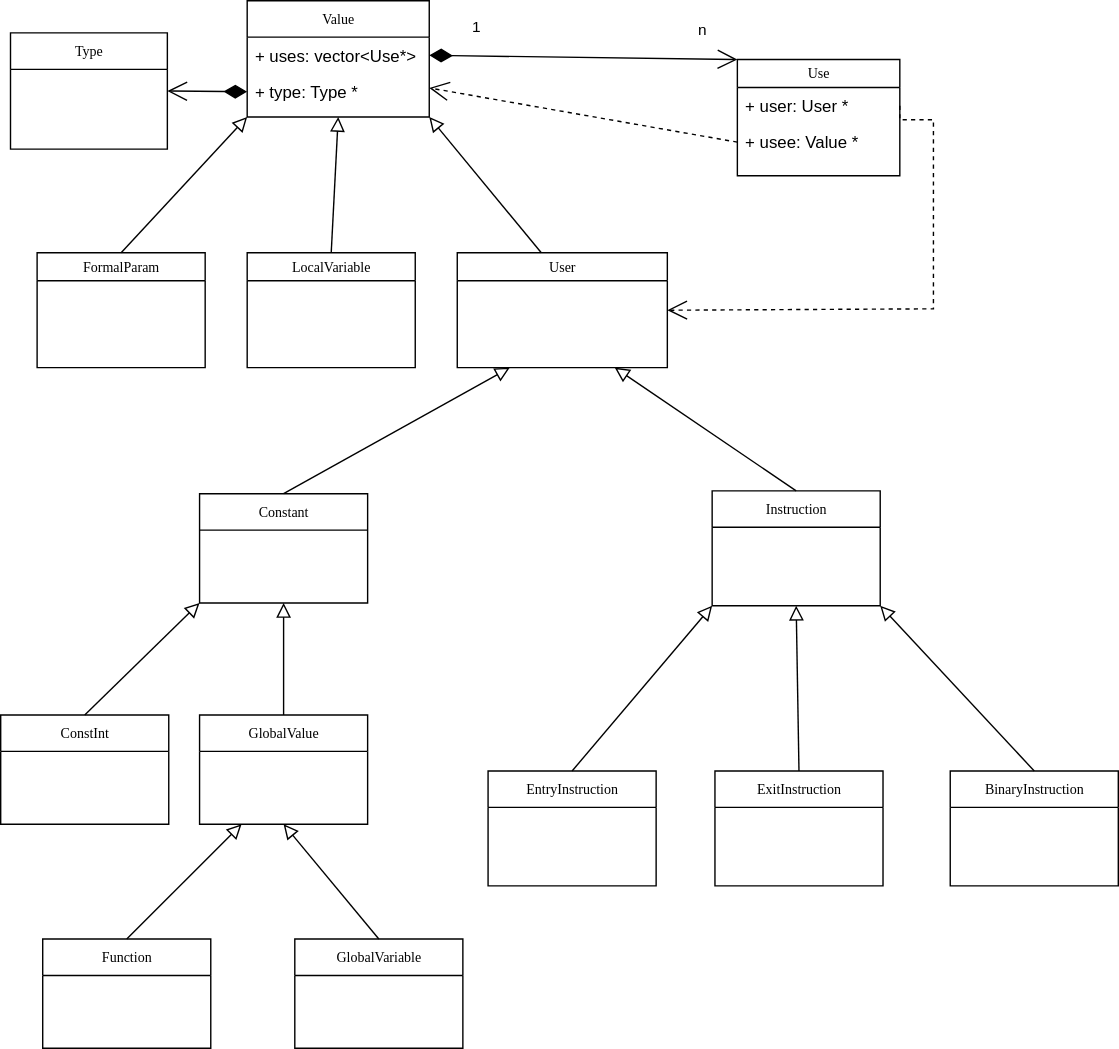
Earlier version of the draw.io export doc/figures/Value-User-Use.svg (NPUCompiler/exp03-minic-basic). Source tidied: cells renumbered, new cells last; positions are measured from the earlier drawing's top-left corner, leaving out a move shared by most shapes.
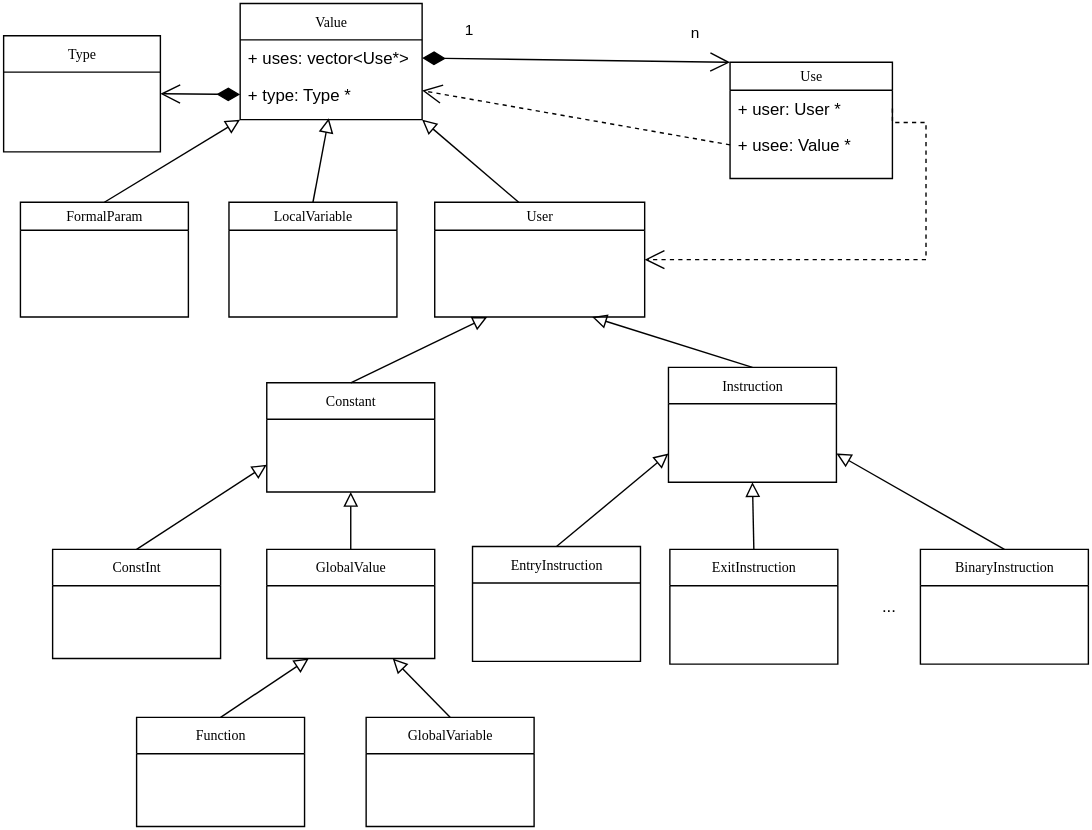
The same diagram one commit later.

The edit, as a diff of the source:
```diff
@@ -3,7 +3,7 @@
     <mxCell id="0" />
     <mxCell id="1" parent="0" />
     <mxCell id="2" value="User" style="swimlane;html=1;fontStyle=0;horizontal=1;startSize=20;fillColor=none;swimlaneFillColor=#ffffff;rounded=0;shadow=0;comic=0;labelBackgroundColor=none;strokeWidth=1;fontFamily=Verdana;fontSize=10;align=center;" parent="1" vertex="1">
-      <mxGeometry x="326" y="180" width="150" height="82" as="geometry" />
+      <mxGeometry x="315" y="142" width="150" height="82" as="geometry" />
     </mxCell>
     <mxCell id="3" style="endArrow=block;startArrow=none;endFill=0;startFill=0;endSize=8;html=1;verticalAlign=bottom;labelBackgroundColor=none;rounded=0;entryX=1;entryY=1;entryDx=0;entryDy=0;" parent="2" edge="1" target="4">
       <mxGeometry relative="1" as="geometry">
@@ -20,7 +20,7 @@
       <mxGeometry y="52" width="130" height="26" as="geometry" />
     </mxCell>
     <mxCell id="7" value="Constant" style="swimlane;html=1;fontStyle=0;horizontal=1;startSize=26;fillColor=none;swimlaneFillColor=#ffffff;rounded=0;shadow=0;comic=0;labelBackgroundColor=none;strokeWidth=1;fontFamily=Verdana;fontSize=10;align=center;" parent="1" vertex="1">
-      <mxGeometry x="142" y="352" width="120" height="78" as="geometry" />
+      <mxGeometry x="195" y="271" width="120" height="78" as="geometry" />
     </mxCell>
     <mxCell id="8" style="endArrow=block;startArrow=none;endFill=0;startFill=0;endSize=8;html=1;verticalAlign=bottom;labelBackgroundColor=none;rounded=0;entryX=0.25;entryY=1;entryDx=0;entryDy=0;" parent="7" edge="1" target="2">
       <mxGeometry relative="1" as="geometry">
@@ -28,7 +28,7 @@
       </mxGeometry>
     </mxCell>
     <mxCell id="9" value="Instruction" style="swimlane;html=1;fontStyle=0;horizontal=1;startSize=26;fillColor=none;swimlaneFillColor=#ffffff;rounded=0;shadow=0;comic=0;labelBackgroundColor=none;strokeWidth=1;fontFamily=Verdana;fontSize=10;align=center;" parent="1" vertex="1">
-      <mxGeometry x="508" y="350" width="120" height="82" as="geometry" />
+      <mxGeometry x="482" y="260" width="120" height="82" as="geometry" />
     </mxCell>
     <mxCell id="10" style="endArrow=block;startArrow=none;endFill=0;startFill=0;endSize=8;html=1;verticalAlign=bottom;labelBackgroundColor=none;rounded=0;entryX=0.75;entryY=1;entryDx=0;entryDy=0;" parent="9" edge="1" target="2">
       <mxGeometry relative="1" as="geometry">
@@ -36,15 +36,15 @@
       </mxGeometry>
     </mxCell>
     <mxCell id="11" value="EntryInstruction" style="swimlane;html=1;fontStyle=0;horizontal=1;startSize=26;fillColor=none;swimlaneFillColor=#ffffff;rounded=0;shadow=0;comic=0;labelBackgroundColor=none;strokeWidth=1;fontFamily=Verdana;fontSize=10;align=center;" parent="1" vertex="1">
-      <mxGeometry x="348" y="550" width="120" height="82" as="geometry" />
+      <mxGeometry x="342" y="388" width="120" height="82" as="geometry" />
     </mxCell>
-    <mxCell id="12" style="endArrow=block;startArrow=none;endFill=0;startFill=0;endSize=8;html=1;verticalAlign=bottom;labelBackgroundColor=none;rounded=0;entryX=0;entryY=1;entryDx=0;entryDy=0;" parent="11" edge="1" target="9">
+    <mxCell id="12" style="endArrow=block;startArrow=none;endFill=0;startFill=0;endSize=8;html=1;verticalAlign=bottom;labelBackgroundColor=none;rounded=0;entryX=0;entryY=0.75;entryDx=0;entryDy=0;" parent="11" edge="1" target="9">
       <mxGeometry relative="1" as="geometry">
         <mxPoint x="60" as="sourcePoint" />
       </mxGeometry>
     </mxCell>
     <mxCell id="13" value="ExitInstruction" style="swimlane;html=1;fontStyle=0;horizontal=1;startSize=26;fillColor=none;swimlaneFillColor=#ffffff;rounded=0;shadow=0;comic=0;labelBackgroundColor=none;strokeWidth=1;fontFamily=Verdana;fontSize=10;align=center;" parent="1" vertex="1">
-      <mxGeometry x="510" y="550" width="120" height="82" as="geometry" />
+      <mxGeometry x="483" y="390" width="120" height="82" as="geometry" />
     </mxCell>
     <mxCell id="14" style="endArrow=block;startArrow=none;endFill=0;startFill=0;endSize=8;html=1;verticalAlign=bottom;labelBackgroundColor=none;rounded=0;entryX=0.5;entryY=1;entryDx=0;entryDy=0;" parent="13" edge="1" target="9">
       <mxGeometry relative="1" as="geometry">
@@ -52,15 +52,15 @@
       </mxGeometry>
     </mxCell>
     <mxCell id="15" value="BinaryInstruction" style="swimlane;html=1;fontStyle=0;horizontal=1;startSize=26;fillColor=none;swimlaneFillColor=#ffffff;rounded=0;shadow=0;comic=0;labelBackgroundColor=none;strokeWidth=1;fontFamily=Verdana;fontSize=10;align=center;" parent="1" vertex="1">
-      <mxGeometry x="678" y="550" width="120" height="82" as="geometry" />
+      <mxGeometry x="662" y="390" width="120" height="82" as="geometry" />
     </mxCell>
-    <mxCell id="16" style="endArrow=block;startArrow=none;endFill=0;startFill=0;endSize=8;html=1;verticalAlign=bottom;labelBackgroundColor=none;rounded=0;entryX=1;entryY=1;entryDx=0;entryDy=0;" parent="15" edge="1" target="9">
+    <mxCell id="16" style="endArrow=block;startArrow=none;endFill=0;startFill=0;endSize=8;html=1;verticalAlign=bottom;labelBackgroundColor=none;rounded=0;entryX=1;entryY=0.75;entryDx=0;entryDy=0;" parent="15" edge="1" target="9">
       <mxGeometry relative="1" as="geometry">
         <mxPoint x="60" as="sourcePoint" />
       </mxGeometry>
     </mxCell>
     <mxCell id="17" value="GlobalValue" style="swimlane;html=1;fontStyle=0;horizontal=1;startSize=26;fillColor=none;swimlaneFillColor=#ffffff;rounded=0;shadow=0;comic=0;labelBackgroundColor=none;strokeWidth=1;fontFamily=Verdana;fontSize=10;align=center;" parent="1" vertex="1">
-      <mxGeometry x="142" y="510" width="120" height="78" as="geometry" />
+      <mxGeometry x="195" y="390" width="120" height="78" as="geometry" />
     </mxCell>
     <mxCell id="18" style="endArrow=block;startArrow=none;endFill=0;startFill=0;endSize=8;html=1;verticalAlign=bottom;labelBackgroundColor=none;rounded=0;entryX=0.5;entryY=1;entryDx=0;entryDy=0;" parent="17" edge="1" target="7">
       <mxGeometry relative="1" as="geometry">
@@ -68,39 +68,29 @@
       </mxGeometry>
     </mxCell>
     <mxCell id="19" value="Function" style="swimlane;html=1;fontStyle=0;horizontal=1;startSize=26;fillColor=none;swimlaneFillColor=#ffffff;rounded=0;shadow=0;comic=0;labelBackgroundColor=none;strokeWidth=1;fontFamily=Verdana;fontSize=10;align=center;" parent="1" vertex="1">
-      <mxGeometry x="30" y="670" width="120" height="78" as="geometry" />
+      <mxGeometry x="102" y="510" width="120" height="78" as="geometry" />
     </mxCell>
-    <mxCell id="20" style="endArrow=block;startArrow=none;endFill=0;startFill=0;endSize=8;html=1;verticalAlign=bottom;labelBackgroundColor=none;rounded=0;entryX=0.25;entryY=1;entryDx=0;entryDy=0;" parent="19" edge="1" target="17">
-      <mxGeometry relative="1" as="geometry">
-        <mxPoint x="60" as="sourcePoint" />
-      </mxGeometry>
-    </mxCell>
     <mxCell id="21" value="GlobalVariable" style="swimlane;html=1;fontStyle=0;horizontal=1;startSize=26;fillColor=none;swimlaneFillColor=#ffffff;rounded=0;shadow=0;comic=0;labelBackgroundColor=none;strokeWidth=1;fontFamily=Verdana;fontSize=10;align=center;" parent="1" vertex="1">
-      <mxGeometry x="210" y="670" width="120" height="78" as="geometry" />
+      <mxGeometry x="266" y="510" width="120" height="78" as="geometry" />
     </mxCell>
-    <mxCell id="22" style="endArrow=block;startArrow=none;endFill=0;startFill=0;endSize=8;html=1;verticalAlign=bottom;labelBackgroundColor=none;rounded=0;entryX=0.5;entryY=1;entryDx=0;entryDy=0;" parent="21" edge="1" target="17">
-      <mxGeometry relative="1" as="geometry">
-        <mxPoint x="60" as="sourcePoint" />
-      </mxGeometry>
-    </mxCell>
     <mxCell id="23" value="ConstInt" style="swimlane;html=1;fontStyle=0;horizontal=1;startSize=26;fillColor=none;swimlaneFillColor=#ffffff;rounded=0;shadow=0;comic=0;labelBackgroundColor=none;strokeWidth=1;fontFamily=Verdana;fontSize=10;align=center;" parent="1" vertex="1">
-      <mxGeometry y="510" width="120" height="78" as="geometry" />
+      <mxGeometry x="42" y="390" width="120" height="78" as="geometry" />
     </mxCell>
-    <mxCell id="24" style="endArrow=block;startArrow=none;endFill=0;startFill=0;endSize=8;html=1;verticalAlign=bottom;labelBackgroundColor=none;rounded=0;entryX=0;entryY=1;entryDx=0;entryDy=0;" parent="23" edge="1" target="7">
+    <mxCell id="24" style="endArrow=block;startArrow=none;endFill=0;startFill=0;endSize=8;html=1;verticalAlign=bottom;labelBackgroundColor=none;rounded=0;entryX=0;entryY=0.75;entryDx=0;entryDy=0;" parent="23" edge="1" target="7">
       <mxGeometry relative="1" as="geometry">
         <mxPoint x="60" as="sourcePoint" />
       </mxGeometry>
     </mxCell>
     <mxCell id="25" value="LocalVariable" style="swimlane;html=1;fontStyle=0;horizontal=1;startSize=20;fillColor=none;swimlaneFillColor=#ffffff;rounded=0;shadow=0;comic=0;labelBackgroundColor=none;strokeWidth=1;fontFamily=Verdana;fontSize=10;align=center;" parent="1" vertex="1">
-      <mxGeometry x="176" y="180" width="120" height="82" as="geometry" />
+      <mxGeometry x="168" y="142" width="120" height="82" as="geometry" />
     </mxCell>
-    <mxCell id="26" style="endArrow=block;startArrow=none;endFill=0;startFill=0;endSize=8;html=1;verticalAlign=bottom;labelBackgroundColor=none;rounded=0;entryX=0.5;entryY=1;entryDx=0;entryDy=0;" parent="25" edge="1" target="4">
+    <mxCell id="26" style="endArrow=block;startArrow=none;endFill=0;startFill=0;endSize=8;html=1;verticalAlign=bottom;labelBackgroundColor=none;rounded=0;entryX=0.487;entryY=1.154;entryDx=0;entryDy=0;entryPerimeter=0;" parent="25" edge="1" target="6">
       <mxGeometry relative="1" as="geometry">
         <mxPoint x="60" as="sourcePoint" />
       </mxGeometry>
     </mxCell>
     <mxCell id="27" value="FormalParam" style="swimlane;html=1;fontStyle=0;horizontal=1;startSize=20;fillColor=none;swimlaneFillColor=#ffffff;rounded=0;shadow=0;comic=0;labelBackgroundColor=none;strokeWidth=1;fontFamily=Verdana;fontSize=10;align=center;" parent="1" vertex="1">
-      <mxGeometry x="26" y="180" width="120" height="82" as="geometry" />
+      <mxGeometry x="19" y="142" width="120" height="82" as="geometry" />
     </mxCell>
     <mxCell id="28" style="endArrow=block;startArrow=none;endFill=0;startFill=0;endSize=8;html=1;verticalAlign=bottom;labelBackgroundColor=none;rounded=0;entryX=0;entryY=1;entryDx=0;entryDy=0;" parent="27" edge="1" target="4">
       <mxGeometry relative="1" as="geometry">
@@ -125,8 +115,9 @@
     <mxCell id="34" style="endArrow=open;html=1;endSize=12;startArrow=none;startSize=14;startFill=0;align=left;verticalAlign=bottom;rounded=0;dashed=1;exitX=1;exitY=0.5;exitDx=0;exitDy=0;edgeStyle=orthogonalEdgeStyle;entryX=1;entryY=0.5;entryDx=0;entryDy=0;" parent="1" edge="1" source="32" target="2">
       <mxGeometry x="-0.84" y="10" relative="1" as="geometry">
         <Array as="points">
+          <mxPoint x="642" y="85" />
           <mxPoint x="666" y="85" />
-          <mxPoint x="666" y="220" />
+          <mxPoint x="666" y="183" />
         </Array>
       </mxGeometry>
     </mxCell>
@@ -141,5 +132,14 @@
         <mxPoint x="-12" y="-21" as="offset" />
       </mxGeometry>
     </mxCell>
+    <mxCell id="38" value="..." style="text;html=1;strokeColor=none;fillColor=none;align=center;verticalAlign=middle;whiteSpace=wrap;rounded=0;" parent="1" vertex="1">
+      <mxGeometry x="610" y="416" width="60" height="30" as="geometry" />
+    </mxCell>
+    <mxCell id="22" style="endArrow=block;startArrow=none;endFill=0;startFill=0;endSize=8;html=1;verticalAlign=bottom;labelBackgroundColor=none;rounded=0;entryX=0.75;entryY=1;entryDx=0;entryDy=0;exitX=0.5;exitY=0;exitDx=0;exitDy=0;" parent="1" edge="1" source="21" target="17">
+      <mxGeometry relative="1" as="geometry" />
+    </mxCell>
+    <mxCell id="20" style="endArrow=block;startArrow=none;endFill=0;startFill=0;endSize=8;html=1;verticalAlign=bottom;labelBackgroundColor=none;rounded=0;entryX=0.25;entryY=1;entryDx=0;entryDy=0;exitX=0.5;exitY=0;exitDx=0;exitDy=0;" parent="1" edge="1" source="19" target="17">
+      <mxGeometry relative="1" as="geometry" />
+    </mxCell>
   </root>
 </mxGraphModel>
```
